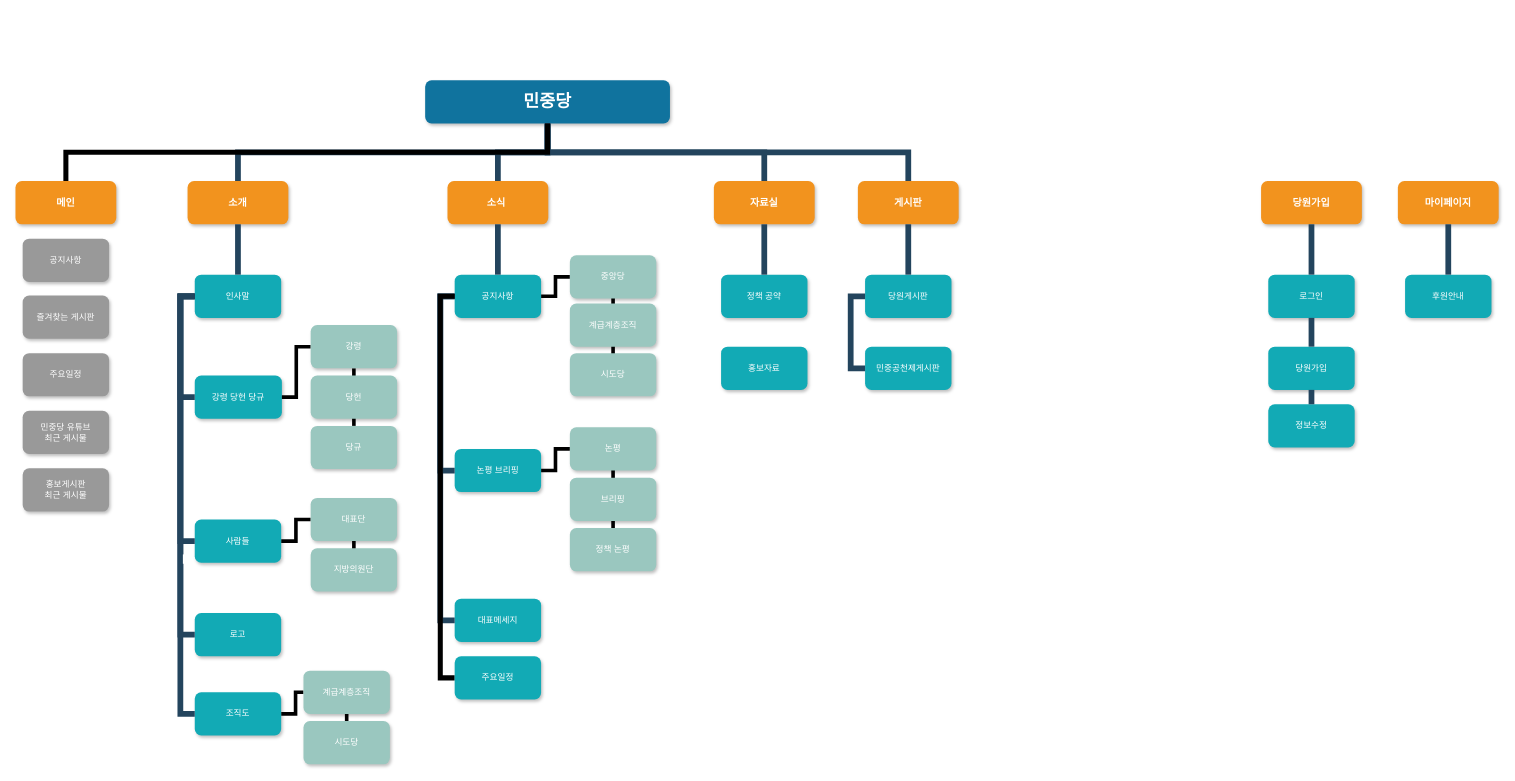
Above: 민중당 사이트맵-4.drawio in yangpaus/yangpaus (draw.io), before the change. Source tidied: cells renumbered, new cells numbered last; positions are measured from the earlier drawing's top-left corner, leaving out a move shared by most shapes. Both pictures are drawn from the tidied source at 72%, with x=0, y=0 at pixel (15, 80).
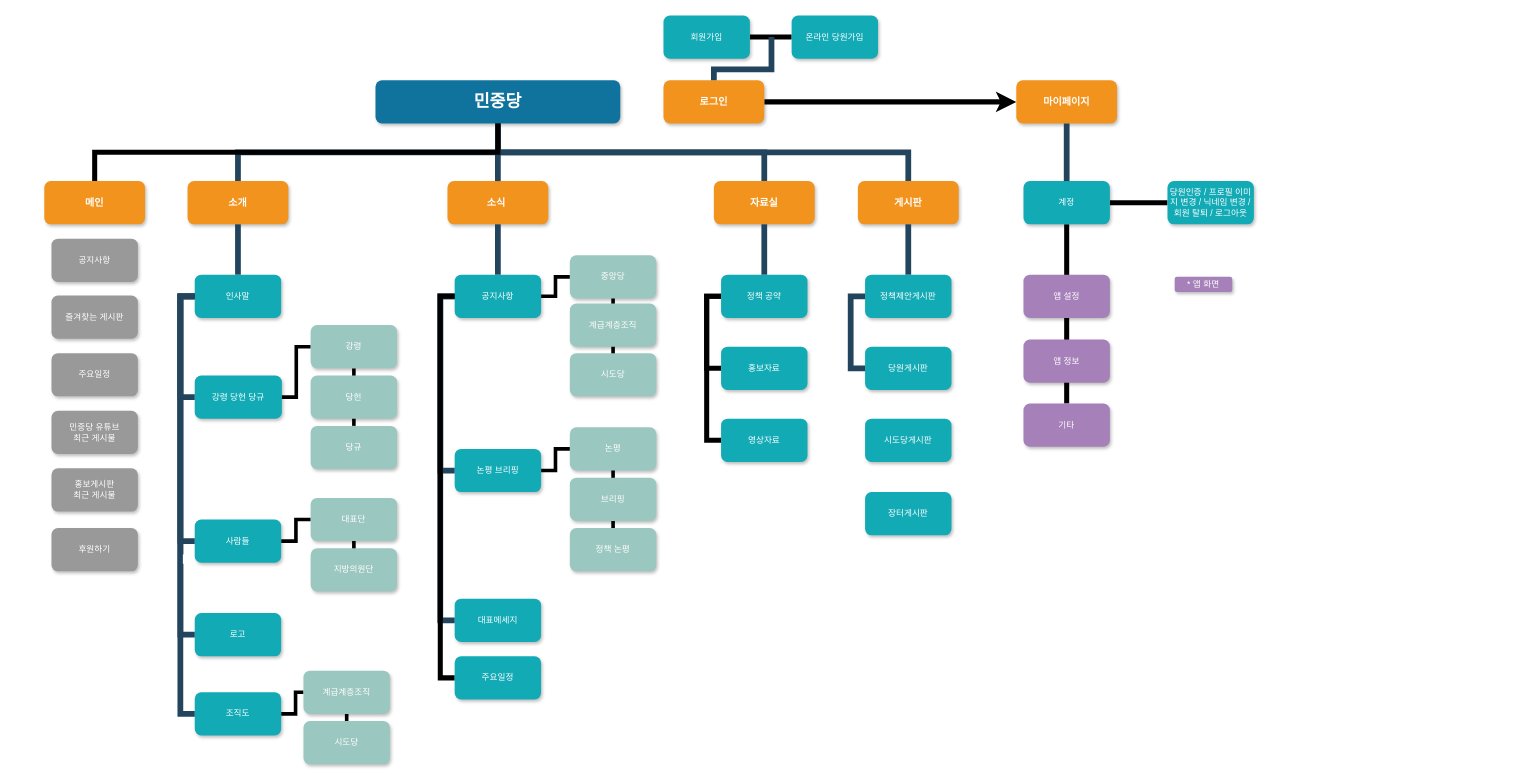
After the change.

Commit message (it also covers changes not shown here):
민중당 사이트맵-4.drawio 업데이트

Unchanged cells that the change refers to:
```xml
<mxCell id="30" value="홍보자료" style="whiteSpace=wrap;rounded=1;fillColor=#12AAB5;strokeColor=none;shadow=1;fontColor=#FFFFFF;fontStyle=0;" parent="1" vertex="1">
  <mxGeometry x="980" y="370" width="120" height="60" as="geometry" />
</mxCell>
<mxCell id="38" value="정책 공약" style="whiteSpace=wrap;rounded=1;fillColor=#12AAB5;strokeColor=none;shadow=1;fontColor=#FFFFFF;" parent="1" vertex="1">
  <mxGeometry x="980" y="270" width="120" height="60" as="geometry" />
</mxCell>
```

The edit, as a diff of the source:
```diff
@@
     <mxCell id="2" value="민중당" style="whiteSpace=wrap;rounded=1;shadow=1;fillColor=#10739E;strokeColor=none;fontColor=#FFFFFF;fontStyle=1;fontSize=24;" parent="1" vertex="1">
-      <mxGeometry x="569" width="340" height="60" as="geometry" />
+      <mxGeometry x="500" width="340" height="60" as="geometry" />
     </mxCell>
@@
+    <mxCell id="80" style="edgeStyle=orthogonalEdgeStyle;rounded=0;jettySize=auto;html=1;entryX=0;entryY=0.5;entryDx=0;entryDy=0;endArrow=none;endFill=0;strokeWidth=7;" parent="1" edge="1" source="30" target="38">
+      <mxGeometry relative="1" as="geometry">
+        <Array as="points">
+          <mxPoint x="1040" y="400" />
+          <mxPoint x="960" y="400" />
+          <mxPoint x="960" y="300" />
+        </Array>
+      </mxGeometry>
+    </mxCell>
@@
+    <mxCell id="81" style="edgeStyle=orthogonalEdgeStyle;rounded=0;jettySize=auto;html=1;entryX=0;entryY=0.5;entryDx=0;entryDy=0;endArrow=none;endFill=0;strokeWidth=7;" parent="1" edge="1" source="38" target="87">
+      <mxGeometry relative="1" as="geometry">
+        <Array as="points">
+          <mxPoint x="960" y="300" />
+          <mxPoint x="960" y="500" />
+        </Array>
+      </mxGeometry>
+    </mxCell>
@@
-    <mxCell id="39" value="당원게시판" style="whiteSpace=wrap;rounded=1;fillColor=#12AAB5;strokeColor=none;shadow=1;fontColor=#FFFFFF;" parent="1" vertex="1">
+    <mxCell id="39" value="정책제안게시판" style="whiteSpace=wrap;rounded=1;fillColor=#12AAB5;strokeColor=none;shadow=1;fontColor=#FFFFFF;" parent="1" vertex="1">
       <mxGeometry x="1180" y="270" width="120" height="60" as="geometry" />
     </mxCell>
-    <mxCell id="40" value="민중공천제게시판" style="whiteSpace=wrap;rounded=1;fillColor=#12AAB5;strokeColor=none;shadow=1;fontColor=#FFFFFF;fontStyle=0;" parent="1" vertex="1">
+    <mxCell id="40" value="당원게시판" style="whiteSpace=wrap;rounded=1;fillColor=#12AAB5;strokeColor=none;shadow=1;fontColor=#FFFFFF;fontStyle=0;" parent="1" vertex="1">
       <mxGeometry x="1180" y="370" width="120" height="60" as="geometry" />
     </mxCell>
@@
+    <mxCell id="82" style="edgeStyle=orthogonalEdgeStyle;rounded=0;jettySize=auto;html=1;entryX=0;entryY=0.5;entryDx=0;entryDy=0;endArrow=classic;endFill=1;strokeWidth=7;" parent="1" edge="1" source="55" target="56">
+      <mxGeometry relative="1" as="geometry" />
+    </mxCell>
-    <mxCell id="55" value="당원가입" style="whiteSpace=wrap;rounded=1;fillColor=#F2931E;strokeColor=none;shadow=1;fontColor=#FFFFFF;fontStyle=1;fontSize=14;" parent="1" vertex="1">
-      <mxGeometry x="1730" y="140" width="140" height="60" as="geometry" />
+    <mxCell id="55" value="로그인" style="whiteSpace=wrap;rounded=1;fillColor=#F2931E;strokeColor=none;shadow=1;fontColor=#FFFFFF;fontStyle=1;fontSize=14;" parent="1" vertex="1">
+      <mxGeometry x="900" width="140" height="60" as="geometry" />
     </mxCell>
     <mxCell id="56" value="마이페이지" style="whiteSpace=wrap;rounded=1;fillColor=#F2931E;strokeColor=none;shadow=1;fontColor=#FFFFFF;fontStyle=1;fontSize=14;" parent="1" vertex="1">
-      <mxGeometry x="1920" y="140" width="140" height="60" as="geometry" />
+      <mxGeometry x="1390" width="140" height="60" as="geometry" />
     </mxCell>
+    <mxCell id="83" style="edgeStyle=orthogonalEdgeStyle;rounded=0;jettySize=auto;html=1;endArrow=none;endFill=0;strokeWidth=7;" parent="1" edge="1" source="57" target="86">
+      <mxGeometry relative="1" as="geometry" />
+    </mxCell>
+    <mxCell id="84" style="edgeStyle=orthogonalEdgeStyle;rounded=0;jettySize=auto;html=1;endArrow=none;endFill=0;strokeWidth=7;entryX=0.5;entryY=0;entryDx=0;entryDy=0;" parent="1" edge="1" source="57" target="92">
+      <mxGeometry relative="1" as="geometry" />
+    </mxCell>
-    <mxCell id="57" value="후원안내" style="whiteSpace=wrap;rounded=1;fillColor=#12AAB5;strokeColor=none;shadow=1;fontColor=#FFFFFF;" parent="1" vertex="1">
-      <mxGeometry x="1930" y="270" width="120" height="60" as="geometry" />
+    <mxCell id="57" value="계정" style="whiteSpace=wrap;rounded=1;fillColor=#12AAB5;strokeColor=none;shadow=1;fontColor=#FFFFFF;" parent="1" vertex="1">
+      <mxGeometry x="1400" y="140" width="120" height="60" as="geometry" />
     </mxCell>
+    <mxCell id="85" value="앱 설정" style="whiteSpace=wrap;rounded=1;fillColor=#A680B8;strokeColor=none;shadow=1;fontColor=#FFFFFF;" parent="1" vertex="1">
+      <mxGeometry x="1400" y="270" width="120" height="60" as="geometry" />
+    </mxCell>
+    <mxCell id="86" value="당원인증 / 프로필 이미지 변경 / 닉네임 변경 / 회원 탈퇴 / 로그아웃" style="whiteSpace=wrap;rounded=1;fillColor=#12AAB5;strokeColor=none;shadow=1;fontColor=#FFFFFF;" parent="1" vertex="1">
+      <mxGeometry x="1600" y="140" width="120" height="60" as="geometry" />
+    </mxCell>
@@
+    <mxCell id="63" style="edgeStyle=orthogonalEdgeStyle;rounded=0;jettySize=auto;html=1;endArrow=none;endFill=0;strokeWidth=7;" parent="1" edge="1" source="59" target="61">
+      <mxGeometry relative="1" as="geometry" />
+    </mxCell>
-    <mxCell id="59" value="로그인" style="whiteSpace=wrap;rounded=1;fillColor=#12AAB5;strokeColor=none;shadow=1;fontColor=#FFFFFF;" parent="1" vertex="1">
-      <mxGeometry x="1740" y="270" width="120" height="60" as="geometry" />
+    <mxCell id="59" value="온라인 당원가입" style="whiteSpace=wrap;rounded=1;fillColor=#12AAB5;strokeColor=none;shadow=1;fontColor=#FFFFFF;" parent="1" vertex="1">
+      <mxGeometry x="1078" y="-90" width="120" height="60" as="geometry" />
     </mxCell>
-    <mxCell id="60" style="edgeStyle=elbowEdgeStyle;elbow=vertical;rounded=0;fontColor=#000000;endArrow=none;endFill=0;strokeWidth=8;strokeColor=#23445D;" parent="1" edge="1" source="55" target="59">
-      <mxGeometry relative="1" as="geometry" />
+    <mxCell id="60" style="edgeStyle=elbowEdgeStyle;elbow=vertical;rounded=0;fontColor=#000000;endArrow=none;endFill=0;strokeWidth=8;strokeColor=#23445D;" parent="1" edge="1" source="55">
+      <mxGeometry relative="1" as="geometry">
+        <mxPoint x="1050" y="-60" as="targetPoint" />
+        <Array as="points">
+          <mxPoint x="1060" y="-15" />
+        </Array>
+      </mxGeometry>
     </mxCell>
-    <mxCell id="61" value="당원가입" style="whiteSpace=wrap;rounded=1;fillColor=#12AAB5;strokeColor=none;shadow=1;fontColor=#FFFFFF;" parent="1" vertex="1">
-      <mxGeometry x="1740" y="370" width="120" height="60" as="geometry" />
+    <mxCell id="61" value="회원가입" style="whiteSpace=wrap;rounded=1;fillColor=#12AAB5;strokeColor=none;shadow=1;fontColor=#FFFFFF;" parent="1" vertex="1">
+      <mxGeometry x="900" y="-90" width="120" height="60" as="geometry" />
     </mxCell>
-    <mxCell id="62" value="정보수정" style="whiteSpace=wrap;rounded=1;fillColor=#12AAB5;strokeColor=none;shadow=1;fontColor=#FFFFFF;" parent="1" vertex="1">
-      <mxGeometry x="1740" y="450" width="120" height="60" as="geometry" />
-    </mxCell>
-    <mxCell id="63" style="edgeStyle=elbowEdgeStyle;elbow=vertical;rounded=0;fontColor=#000000;endArrow=none;endFill=0;strokeWidth=8;strokeColor=#23445D;exitX=0.5;exitY=1;exitDx=0;exitDy=0;" parent="1" edge="1" source="59" target="61">
-      <mxGeometry relative="1" as="geometry" />
-    </mxCell>
-    <mxCell id="64" style="edgeStyle=elbowEdgeStyle;elbow=vertical;rounded=0;fontColor=#000000;endArrow=none;endFill=0;strokeWidth=8;strokeColor=#23445D;" parent="1" edge="1" source="61" target="62">
-      <mxGeometry relative="1" as="geometry" />
-    </mxCell>
     <mxCell id="65" style="edgeStyle=orthogonalEdgeStyle;rounded=0;jettySize=auto;html=1;endArrow=none;endFill=0;strokeWidth=7;" parent="1" edge="1" source="66" target="2">
       <mxGeometry relative="1" as="geometry">
         <Array as="points">
-          <mxPoint x="70" y="100" />
-          <mxPoint x="739" y="100" />
+          <mxPoint x="110" y="100" />
+          <mxPoint x="670" y="100" />
         </Array>
       </mxGeometry>
     </mxCell>
     <mxCell id="66" value="메인" style="whiteSpace=wrap;rounded=1;fillColor=#F2931E;strokeColor=none;shadow=1;fontColor=#FFFFFF;fontStyle=1;fontSize=14;" parent="1" vertex="1">
-      <mxGeometry y="140" width="140" height="60" as="geometry" />
+      <mxGeometry x="40" y="140" width="140" height="60" as="geometry" />
     </mxCell>
     <mxCell id="67" value="공지사항" style="whiteSpace=wrap;rounded=1;fillColor=#999999;strokeColor=none;shadow=1;fontColor=#FFFFFF;" parent="1" vertex="1">
-      <mxGeometry x="10" y="220" width="120" height="60" as="geometry" />
+      <mxGeometry x="50" y="220" width="120" height="60" as="geometry" />
     </mxCell>
     <mxCell id="68" value="즐겨찾는 게시판" style="whiteSpace=wrap;rounded=1;fillColor=#999999;strokeColor=none;shadow=1;fontColor=#FFFFFF;" parent="1" vertex="1">
-      <mxGeometry x="10" y="299" width="120" height="60" as="geometry" />
+      <mxGeometry x="50" y="299" width="120" height="60" as="geometry" />
     </mxCell>
     <mxCell id="69" value="주요일정" style="whiteSpace=wrap;rounded=1;fillColor=#999999;strokeColor=none;shadow=1;fontColor=#FFFFFF;" parent="1" vertex="1">
-      <mxGeometry x="10" y="379" width="120" height="60" as="geometry" />
+      <mxGeometry x="50" y="379" width="120" height="60" as="geometry" />
     </mxCell>
     <mxCell id="70" value="민중당 유튜브&#10;최근 게시물" style="whiteSpace=wrap;rounded=1;fillColor=#999999;strokeColor=none;shadow=1;fontColor=#FFFFFF;" parent="1" vertex="1">
-      <mxGeometry x="10" y="459" width="120" height="60" as="geometry" />
+      <mxGeometry x="50" y="459" width="120" height="60" as="geometry" />
     </mxCell>
@@
     <mxCell id="73" value="홍보게시판&#10;최근 게시물" style="whiteSpace=wrap;rounded=1;fillColor=#999999;strokeColor=none;shadow=1;fontColor=#FFFFFF;" parent="1" vertex="1">
-      <mxGeometry x="10" y="539" width="120" height="60" as="geometry" />
+      <mxGeometry x="50" y="539" width="120" height="60" as="geometry" />
     </mxCell>
@@
+    <mxCell id="87" value="영상자료" style="whiteSpace=wrap;rounded=1;fillColor=#12AAB5;strokeColor=none;shadow=1;fontColor=#FFFFFF;fontStyle=0;" parent="1" vertex="1">
+      <mxGeometry x="980" y="470" width="120" height="60" as="geometry" />
+    </mxCell>
+    <mxCell id="88" value="시도당게시판" style="whiteSpace=wrap;rounded=1;fillColor=#12AAB5;strokeColor=none;shadow=1;fontColor=#FFFFFF;fontStyle=0;" parent="1" vertex="1">
+      <mxGeometry x="1180" y="470" width="120" height="60" as="geometry" />
+    </mxCell>
+    <mxCell id="89" value="장터게시판" style="whiteSpace=wrap;rounded=1;fillColor=#12AAB5;strokeColor=none;shadow=1;fontColor=#FFFFFF;fontStyle=0;" parent="1" vertex="1">
+      <mxGeometry x="1180" y="572" width="120" height="60" as="geometry" />
+    </mxCell>
+    <mxCell id="90" value="후원하기" style="whiteSpace=wrap;rounded=1;fillColor=#999999;strokeColor=none;shadow=1;fontColor=#FFFFFF;" parent="1" vertex="1">
+      <mxGeometry x="50" y="622" width="120" height="60" as="geometry" />
+    </mxCell>
+    <mxCell id="91" value="앱 정보" style="whiteSpace=wrap;rounded=1;fillColor=#A680B8;strokeColor=none;shadow=1;fontColor=#FFFFFF;" parent="1" vertex="1">
+      <mxGeometry x="1400" y="360" width="120" height="60" as="geometry" />
+    </mxCell>
+    <mxCell id="92" value="기타" style="whiteSpace=wrap;rounded=1;fillColor=#A680B8;strokeColor=none;shadow=1;fontColor=#FFFFFF;" parent="1" vertex="1">
+      <mxGeometry x="1400" y="449" width="120" height="60" as="geometry" />
+    </mxCell>
+    <mxCell id="93" value="* 앱 화면" style="whiteSpace=wrap;rounded=1;fillColor=#A680B8;strokeColor=none;shadow=1;fontColor=#FFFFFF;" parent="1" vertex="1">
+      <mxGeometry x="1610" y="273" width="80" height="21" as="geometry" />
+    </mxCell>
```
